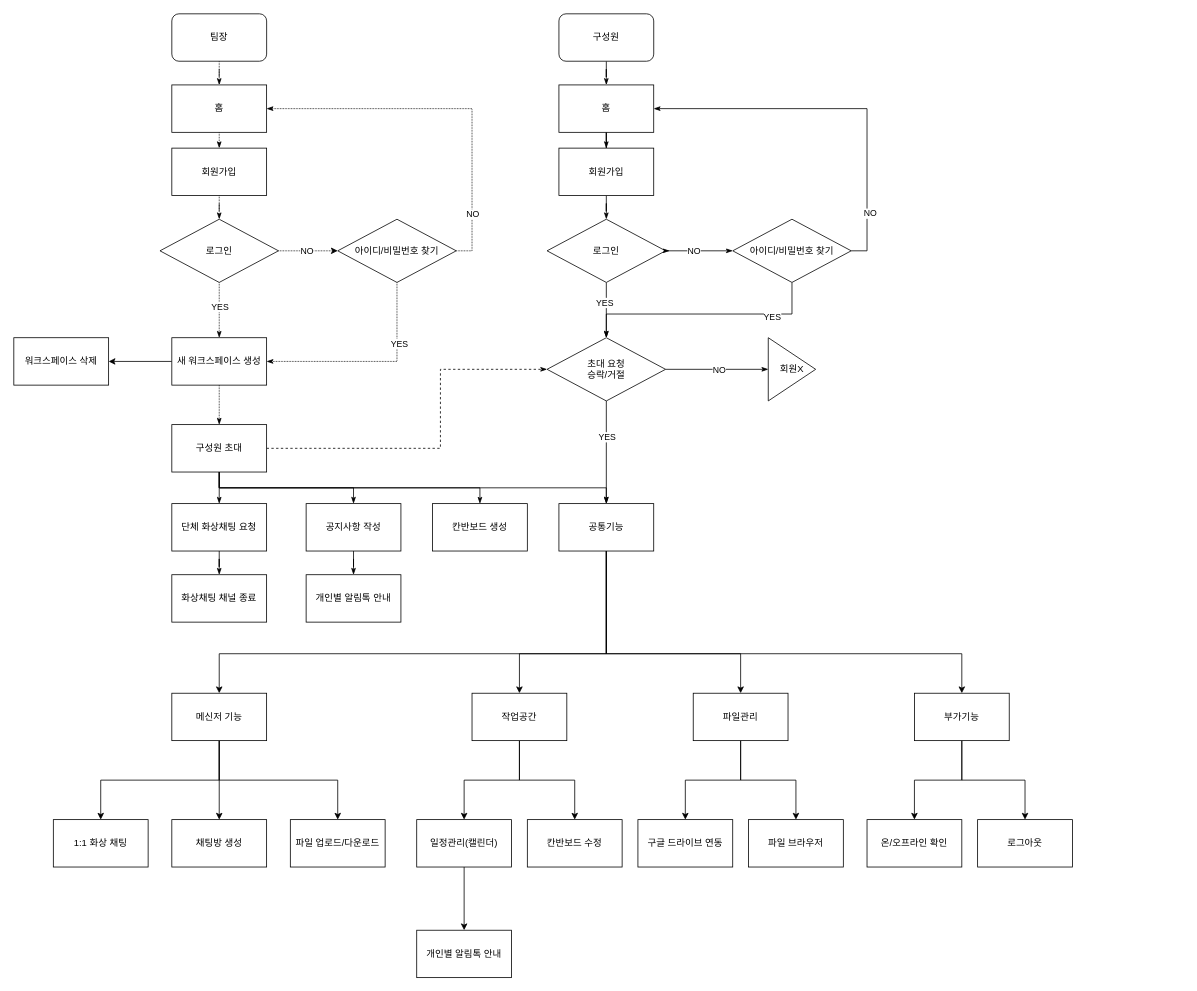
Earlier version of the draw.io diagram page "고유기능 흐름도" (2 of 4) of design/workClass.drawio (JinSolKwon/teamProject_KG-ITBANK). Source tidied: cells renumbered, new cells numbered last; positions are measured from the earlier drawing's top-left corner, leaving out a move shared by most shapes. Both pictures are drawn from the tidied source at 79%, with x=0, y=0 at pixel (13, 13).
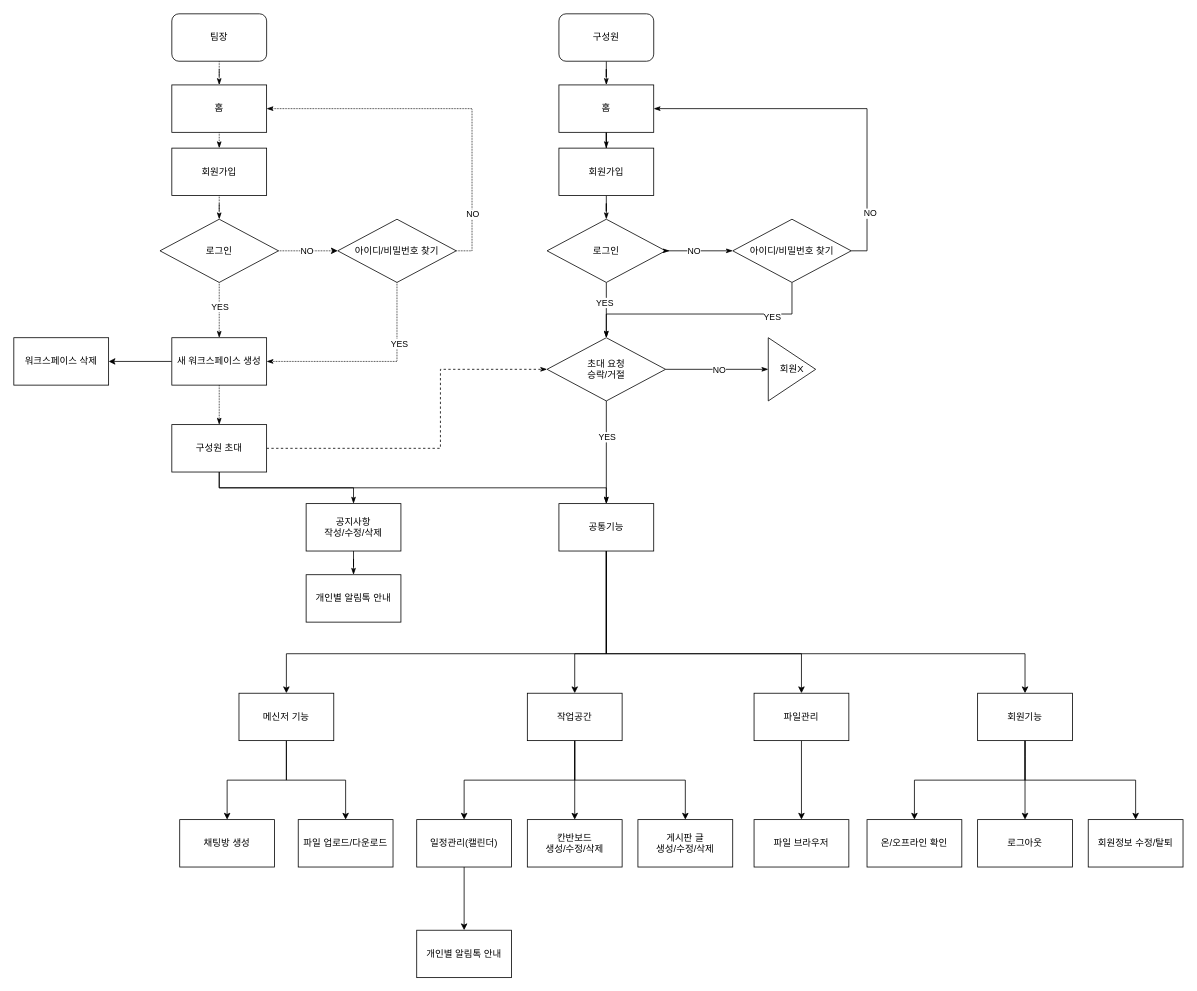
The same page after the edit.

Unchanged cells that the change refers to:
```xml
<mxCell id="26" value="구성원 초대" style="whiteSpace=wrap;html=1;rounded=0;" parent="1" vertex="1">
  <mxGeometry x="200" y="520" width="120" height="60" as="geometry" />
</mxCell>
<mxCell id="38" value="공통기능" style="rounded=0;whiteSpace=wrap;html=1;" parent="1" vertex="1">
  <mxGeometry x="690" y="620" width="120" height="60" as="geometry" />
</mxCell>
<mxCell id="85" value="온/오프라인 확인" style="rounded=0;whiteSpace=wrap;html=1;sketch=0;" parent="1" vertex="1">
  <mxGeometry x="1080" y="1020" width="120" height="60" as="geometry" />
</mxCell>
<mxCell id="86" value="로그아웃" style="rounded=0;whiteSpace=wrap;html=1;sketch=0;" parent="1" vertex="1">
  <mxGeometry x="1220" y="1020" width="120" height="60" as="geometry" />
</mxCell>
```

Diff of the diagram source:
```diff
@@
-    <mxCell id="11" style="edgeStyle=orthogonalEdgeStyle;rounded=0;jettySize=auto;html=1;exitX=0.5;exitY=1;exitDx=0;exitDy=0;endArrow=classicThin;endFill=1;" parent="1" edge="1" source="26" target="33">
-      <mxGeometry relative="1" as="geometry">
-        <Array as="points">
-          <mxPoint x="260" y="600" />
-          <mxPoint x="590" y="600" />
-        </Array>
-      </mxGeometry>
-    </mxCell>
@@
-    <mxCell id="24" style="edgeStyle=orthogonalEdgeStyle;rounded=0;jettySize=auto;html=1;endArrow=classicThin;endFill=1;" parent="1" edge="1" source="26" target="28">
-      <mxGeometry relative="1" as="geometry" />
-    </mxCell>
@@
-    <mxCell id="27" style="edgeStyle=orthogonalEdgeStyle;rounded=0;jettySize=auto;html=1;endArrow=classicThin;endFill=1;" parent="1" edge="1" source="28" target="29">
-      <mxGeometry relative="1" as="geometry" />
-    </mxCell>
-    <mxCell id="28" value="단체 화상채팅 요청" style="whiteSpace=wrap;html=1;rounded=0;" parent="1" vertex="1">
-      <mxGeometry x="200" y="620" width="120" height="60" as="geometry" />
-    </mxCell>
-    <mxCell id="29" value="화상채팅 채널 종료" style="whiteSpace=wrap;html=1;rounded=0;" parent="1" vertex="1">
-      <mxGeometry x="200" y="710" width="120" height="60" as="geometry" />
-    </mxCell>
@@
-    <mxCell id="31" value="공지사항 작성" style="rounded=0;whiteSpace=wrap;html=1;" parent="1" vertex="1">
+    <mxCell id="31" value="공지사항&lt;br&gt;작성/수정/삭제" style="rounded=0;whiteSpace=wrap;html=1;" parent="1" vertex="1">
       <mxGeometry x="370" y="620" width="120" height="60" as="geometry" />
     </mxCell>
@@
-    <mxCell id="33" value="칸반보드 생성" style="rounded=0;whiteSpace=wrap;html=1;" parent="1" vertex="1">
-      <mxGeometry x="530" y="620" width="120" height="60" as="geometry" />
-    </mxCell>
-    <mxCell id="34" style="edgeStyle=orthogonalEdgeStyle;rounded=0;sketch=0;jettySize=auto;html=1;exitX=0.5;exitY=1;exitDx=0;exitDy=0;" parent="1" edge="1" source="38">
+    <mxCell id="34" style="edgeStyle=orthogonalEdgeStyle;rounded=0;sketch=0;jettySize=auto;html=1;exitX=0.5;exitY=1;exitDx=0;exitDy=0;entryX=0.5;entryY=0;entryDx=0;entryDy=0;" parent="1" edge="1" source="38" target="65">
       <mxGeometry relative="1" as="geometry">
-        <mxPoint x="260" y="860" as="targetPoint" />
         <Array as="points">
           <mxPoint x="750" y="810" />
-          <mxPoint x="260" y="810" />
+          <mxPoint x="345" y="810" />
         </Array>
       </mxGeometry>
     </mxCell>
     <mxCell id="35" style="edgeStyle=orthogonalEdgeStyle;rounded=0;sketch=0;jettySize=auto;html=1;exitX=0.5;exitY=1;exitDx=0;exitDy=0;entryX=0.5;entryY=0;entryDx=0;entryDy=0;" parent="1" edge="1" source="38" target="71">
       <mxGeometry relative="1" as="geometry">
         <Array as="points">
           <mxPoint x="750" y="810" />
-          <mxPoint x="640" y="810" />
+          <mxPoint x="710" y="810" />
         </Array>
       </mxGeometry>
     </mxCell>
     <mxCell id="36" style="edgeStyle=orthogonalEdgeStyle;rounded=0;sketch=0;jettySize=auto;html=1;exitX=0.5;exitY=1;exitDx=0;exitDy=0;entryX=0.5;entryY=0;entryDx=0;entryDy=0;" parent="1" edge="1" source="38" target="77">
       <mxGeometry relative="1" as="geometry">
         <Array as="points">
           <mxPoint x="750" y="810" />
-          <mxPoint x="920" y="810" />
+          <mxPoint x="997" y="810" />
         </Array>
       </mxGeometry>
     </mxCell>
     <mxCell id="37" style="edgeStyle=orthogonalEdgeStyle;rounded=0;sketch=0;jettySize=auto;html=1;exitX=0.5;exitY=1;exitDx=0;exitDy=0;entryX=0.5;entryY=0;entryDx=0;entryDy=0;" parent="1" edge="1" source="38" target="84">
       <mxGeometry relative="1" as="geometry">
         <Array as="points">
           <mxPoint x="750" y="810" />
-          <mxPoint x="1200" y="810" />
-          <mxPoint x="1200" y="860" />
+          <mxPoint x="1280" y="810" />
         </Array>
       </mxGeometry>
     </mxCell>
@@
-    <mxCell id="62" style="edgeStyle=orthogonalEdgeStyle;rounded=0;sketch=0;jettySize=auto;html=1;exitX=0.5;exitY=1;exitDx=0;exitDy=0;entryX=0.5;entryY=0;entryDx=0;entryDy=0;" parent="1" edge="1" source="65" target="66">
-      <mxGeometry relative="1" as="geometry" />
-    </mxCell>
@@
     <mxCell id="65" value="메신저 기능" style="rounded=0;whiteSpace=wrap;html=1;sketch=0;" parent="1" vertex="1">
-      <mxGeometry x="200" y="860" width="120" height="60" as="geometry" />
+      <mxGeometry x="285" y="860" width="120" height="60" as="geometry" />
     </mxCell>
-    <mxCell id="66" value="1:1 화상 채팅" style="rounded=0;whiteSpace=wrap;html=1;sketch=0;" parent="1" vertex="1">
-      <mxGeometry x="50" y="1020" width="120" height="60" as="geometry" />
-    </mxCell>
     <mxCell id="67" value="채팅방 생성" style="rounded=0;whiteSpace=wrap;html=1;sketch=0;" parent="1" vertex="1">
-      <mxGeometry x="200" y="1020" width="120" height="60" as="geometry" />
+      <mxGeometry x="210" y="1020" width="120" height="60" as="geometry" />
     </mxCell>
     <mxCell id="68" value="파일 업로드/다운로드" style="rounded=0;whiteSpace=wrap;html=1;" parent="1" vertex="1">
-      <mxGeometry x="350" y="1020" width="120" height="60" as="geometry" />
+      <mxGeometry x="360" y="1020" width="120" height="60" as="geometry" />
     </mxCell>
@@
+    <mxCell id="87" style="edgeStyle=orthogonalEdgeStyle;rounded=0;jettySize=auto;html=1;exitX=0.5;exitY=1;exitDx=0;exitDy=0;startArrow=none;startFill=0;endArrow=classic;endFill=1;entryX=0.5;entryY=0;entryDx=0;entryDy=0;" parent="1" edge="1" source="71" target="89">
+      <mxGeometry relative="1" as="geometry" />
+    </mxCell>
     <mxCell id="71" value="작업공간" style="rounded=0;whiteSpace=wrap;html=1;sketch=0;" parent="1" vertex="1">
-      <mxGeometry x="580" y="860" width="120" height="60" as="geometry" />
+      <mxGeometry x="650" y="860" width="120" height="60" as="geometry" />
     </mxCell>
@@
-    <mxCell id="74" value="칸반보드 수정" style="rounded=0;whiteSpace=wrap;html=1;" parent="1" vertex="1">
+    <mxCell id="74" value="칸반보드 &lt;br&gt;생성/수정/삭제" style="rounded=0;whiteSpace=wrap;html=1;" parent="1" vertex="1">
       <mxGeometry x="650" y="1020" width="120" height="60" as="geometry" />
     </mxCell>
-    <mxCell id="75" style="edgeStyle=orthogonalEdgeStyle;rounded=0;sketch=0;jettySize=auto;html=1;exitX=0.5;exitY=1;exitDx=0;exitDy=0;entryX=0.5;entryY=0;entryDx=0;entryDy=0;" parent="1" edge="1" source="77" target="78">
-      <mxGeometry relative="1" as="geometry" />
-    </mxCell>
     <mxCell id="76" style="edgeStyle=orthogonalEdgeStyle;rounded=0;sketch=0;jettySize=auto;html=1;exitX=0.5;exitY=1;exitDx=0;exitDy=0;entryX=0.5;entryY=0;entryDx=0;entryDy=0;" parent="1" edge="1" source="77" target="79">
       <mxGeometry relative="1" as="geometry">
         <Array as="points">
-          <mxPoint x="920" y="970" />
-          <mxPoint x="990" y="970" />
+          <mxPoint x="997" y="1020" />
         </Array>
       </mxGeometry>
     </mxCell>
     <mxCell id="77" value="파일관리" style="rounded=0;whiteSpace=wrap;html=1;sketch=0;" parent="1" vertex="1">
-      <mxGeometry x="860" y="860" width="120" height="60" as="geometry" />
+      <mxGeometry x="937" y="860" width="120" height="60" as="geometry" />
     </mxCell>
-    <mxCell id="78" value="구글 드라이브 연동" style="rounded=0;whiteSpace=wrap;html=1;" parent="1" vertex="1">
-      <mxGeometry x="790" y="1020" width="120" height="60" as="geometry" />
-    </mxCell>
     <mxCell id="79" value="파일 브라우저" style="rounded=0;whiteSpace=wrap;html=1;sketch=0;" parent="1" vertex="1">
-      <mxGeometry x="930" y="1020" width="120" height="60" as="geometry" />
+      <mxGeometry x="937" y="1020" width="120" height="60" as="geometry" />
     </mxCell>
@@
     <mxCell id="82" style="edgeStyle=orthogonalEdgeStyle;rounded=0;sketch=0;jettySize=auto;html=1;exitX=0.5;exitY=1;exitDx=0;exitDy=0;entryX=0.5;entryY=0;entryDx=0;entryDy=0;" parent="1" edge="1" source="84" target="85">
       <mxGeometry relative="1" as="geometry">
         <Array as="points">
-          <mxPoint x="1200" y="970" />
+          <mxPoint x="1280" y="970" />
           <mxPoint x="1140" y="970" />
         </Array>
       </mxGeometry>
     </mxCell>
     <mxCell id="83" style="edgeStyle=orthogonalEdgeStyle;rounded=0;sketch=0;jettySize=auto;html=1;exitX=0.5;exitY=1;exitDx=0;exitDy=0;entryX=0.5;entryY=0;entryDx=0;entryDy=0;" parent="1" edge="1" source="84" target="86">
       <mxGeometry relative="1" as="geometry">
         <Array as="points">
-          <mxPoint x="1200" y="970" />
-          <mxPoint x="1280" y="970" />
+          <mxPoint x="1280" y="940" />
+          <mxPoint x="1280" y="940" />
         </Array>
       </mxGeometry>
     </mxCell>
+    <mxCell id="88" style="edgeStyle=orthogonalEdgeStyle;rounded=0;jettySize=auto;html=1;exitX=0.5;exitY=1;exitDx=0;exitDy=0;startArrow=none;startFill=0;endArrow=classic;endFill=1;" parent="1" edge="1" source="84">
+      <mxGeometry relative="1" as="geometry">
+        <mxPoint x="1420" y="1020" as="targetPoint" />
+        <Array as="points">
+          <mxPoint x="1280" y="970" />
+          <mxPoint x="1420" y="970" />
+        </Array>
+      </mxGeometry>
+    </mxCell>
-    <mxCell id="84" value="부가기능" style="rounded=0;whiteSpace=wrap;html=1;sketch=0;" parent="1" vertex="1">
-      <mxGeometry x="1140" y="860" width="120" height="60" as="geometry" />
+    <mxCell id="84" value="회원기능" style="rounded=0;whiteSpace=wrap;html=1;sketch=0;" parent="1" vertex="1">
+      <mxGeometry x="1220" y="860" width="120" height="60" as="geometry" />
     </mxCell>
@@
+    <mxCell id="89" value="게시판 글&lt;br&gt;생성/수정/삭제" style="rounded=0;whiteSpace=wrap;html=1;" parent="1" vertex="1">
+      <mxGeometry x="790" y="1020" width="120" height="60" as="geometry" />
+    </mxCell>
+    <mxCell id="90" value="회원정보 수정/탈퇴" style="rounded=0;whiteSpace=wrap;html=1;sketch=0;" parent="1" vertex="1">
+      <mxGeometry x="1360" y="1020" width="120" height="60" as="geometry" />
+    </mxCell>
```
